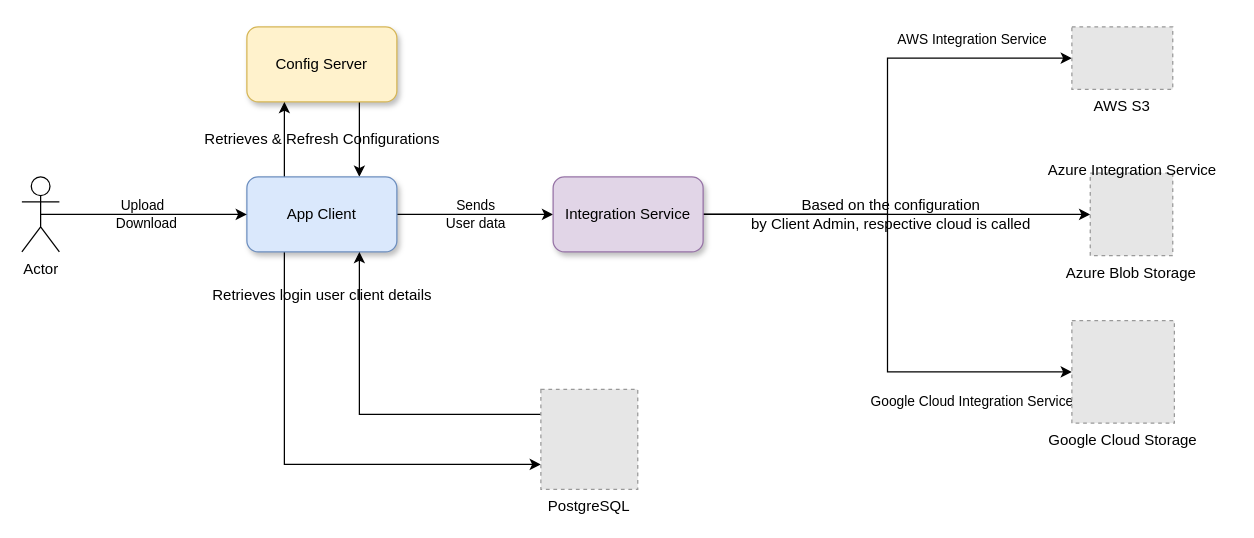
The draw.io diagram Basic Architecture File Service.drawio in bhavanichandra/exl_hackathon, before the edit. Source tidied: cells renumbered, new cells numbered last; positions are measured from the earlier drawing's top-left corner, leaving out a move shared by most shapes. Both pictures are drawn from the tidied source at 125%, with x=0, y=0 at pixel (21, 26). Pictures stored in the file or linked from it are replaced by grey dashed boxes.
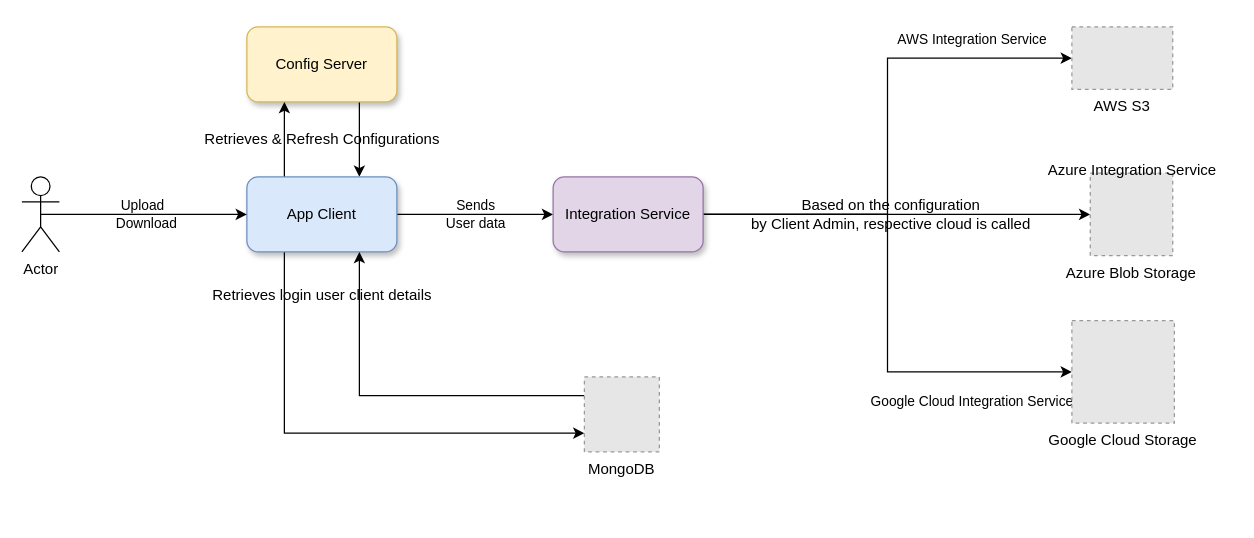
After the change.

Unchanged cells that the change refers to:
```xml
<mxCell id="7" value="App Client" style="rounded=1;whiteSpace=wrap;html=1;shadow=1;fillColor=#dae8fc;strokeColor=#6c8ebf;" parent="1" vertex="1">
  <mxGeometry x="180" y="120" width="120" height="60" as="geometry" />
</mxCell>
```

The edit, as a diff of the source:
```diff
@@
-    <mxCell id="6" style="edgeStyle=orthogonalEdgeStyle;rounded=0;jettySize=auto;html=1;exitX=0.25;exitY=1;exitDx=0;exitDy=0;entryX=0;entryY=0.75;entryDx=0;entryDy=0;shadow=0;" parent="1" edge="1" source="7" target="18">
+    <mxCell id="6" style="edgeStyle=orthogonalEdgeStyle;rounded=0;jettySize=auto;html=1;exitX=0.25;exitY=1;exitDx=0;exitDy=0;entryX=0;entryY=0.75;entryDx=0;entryDy=0;shadow=0;" parent="1" edge="1" source="7" target="23">
       <mxGeometry relative="1" as="geometry" />
     </mxCell>
@@
-    <mxCell id="17" style="edgeStyle=orthogonalEdgeStyle;rounded=0;jettySize=auto;html=1;exitX=0;exitY=0.25;exitDx=0;exitDy=0;entryX=0.75;entryY=1;entryDx=0;entryDy=0;shadow=0;" parent="1" edge="1" source="18" target="7">
+    <mxCell id="17" style="edgeStyle=orthogonalEdgeStyle;rounded=0;jettySize=auto;html=1;exitX=0;exitY=0.25;exitDx=0;exitDy=0;entryX=0.75;entryY=1;entryDx=0;entryDy=0;shadow=0;" parent="1" edge="1" source="23" target="7">
       <mxGeometry relative="1" as="geometry" />
     </mxCell>
-    <mxCell id="18" value="PostgreSQL" style="fillColor=#E6E6E6;strokeColor=#999999;dashed=1;verticalLabelPosition=bottom;labelBackgroundColor=default;verticalAlign=top;" parent="1" vertex="1">
-      <mxGeometry x="415.2" y="290" width="77.5" height="80" as="geometry" />
-    </mxCell>
@@
+    <mxCell id="23" value="MongoDB" style="fillColor=#E6E6E6;strokeColor=#999999;dashed=1;verticalLabelPosition=bottom;labelBackgroundColor=none;verticalAlign=top;" parent="1" vertex="1">
+      <mxGeometry x="450" y="280" width="60" height="60" as="geometry" />
+    </mxCell>
```
